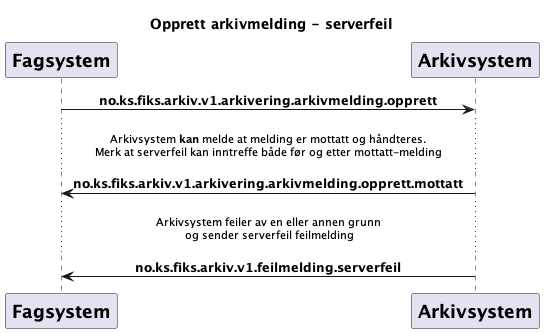
Above: Dokumentasjon/V1/Meldinger/no.ks.fiks.arkiv.v1.arkivering.arkivmelding.opprett/arkivmelding-opprett-feilmelding-serverfeil.png in ks-no/fiks-arkiv-specification (PlantUML), before the change.
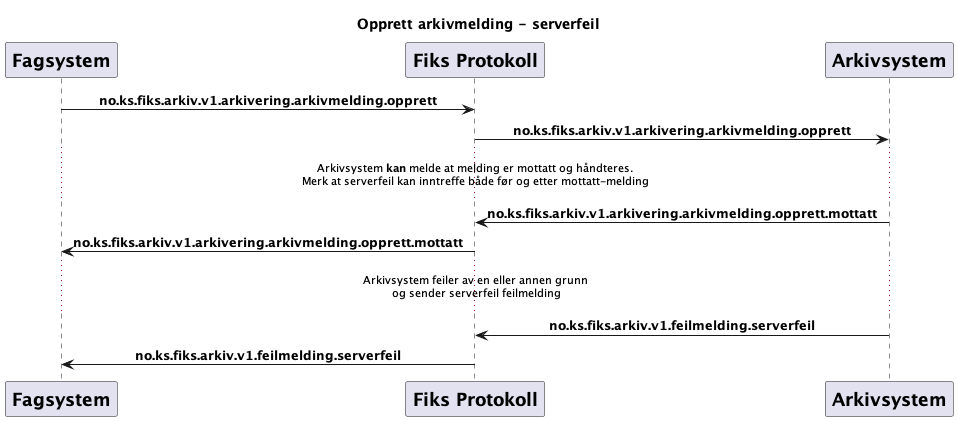
The same file after the commit.

Change to the diagram source:
```diff
@@ -6,14 +6,20 @@
 participant Fagsystem [
     = Fagsystem
 ]
+participant FiksProtokoll [
+    = Fiks Protokoll
+]
 participant Arkivsystem [
     = Arkivsystem
 ]
 
-Fagsystem -> Arkivsystem : **no.ks.fiks.arkiv.v1.arkivering.arkivmelding.opprett**
+Fagsystem -> FiksProtokoll : **no.ks.fiks.arkiv.v1.arkivering.arkivmelding.opprett**
+FiksProtokoll -> Arkivsystem : **no.ks.fiks.arkiv.v1.arkivering.arkivmelding.opprett**
 ...Arkivsystem **kan** melde at melding er mottatt og håndteres.\nMerk at serverfeil kan inntreffe både før og etter mottatt-melding...
-Arkivsystem -> Fagsystem : **no.ks.fiks.arkiv.v1.arkivering.arkivmelding.opprett.mottatt**
+Arkivsystem -> FiksProtokoll : **no.ks.fiks.arkiv.v1.arkivering.arkivmelding.opprett.mottatt**
+FiksProtokoll -> Fagsystem : **no.ks.fiks.arkiv.v1.arkivering.arkivmelding.opprett.mottatt**
 ...Arkivsystem feiler av en eller annen grunn\n og sender serverfeil feilmelding...
-Arkivsystem -> Fagsystem : **no.ks.fiks.arkiv.v1.feilmelding.serverfeil**
+Arkivsystem -> FiksProtokoll : **no.ks.fiks.arkiv.v1.feilmelding.serverfeil**
+FiksProtokoll -> Fagsystem : **no.ks.fiks.arkiv.v1.feilmelding.serverfeil**
 
 @enduml
```
